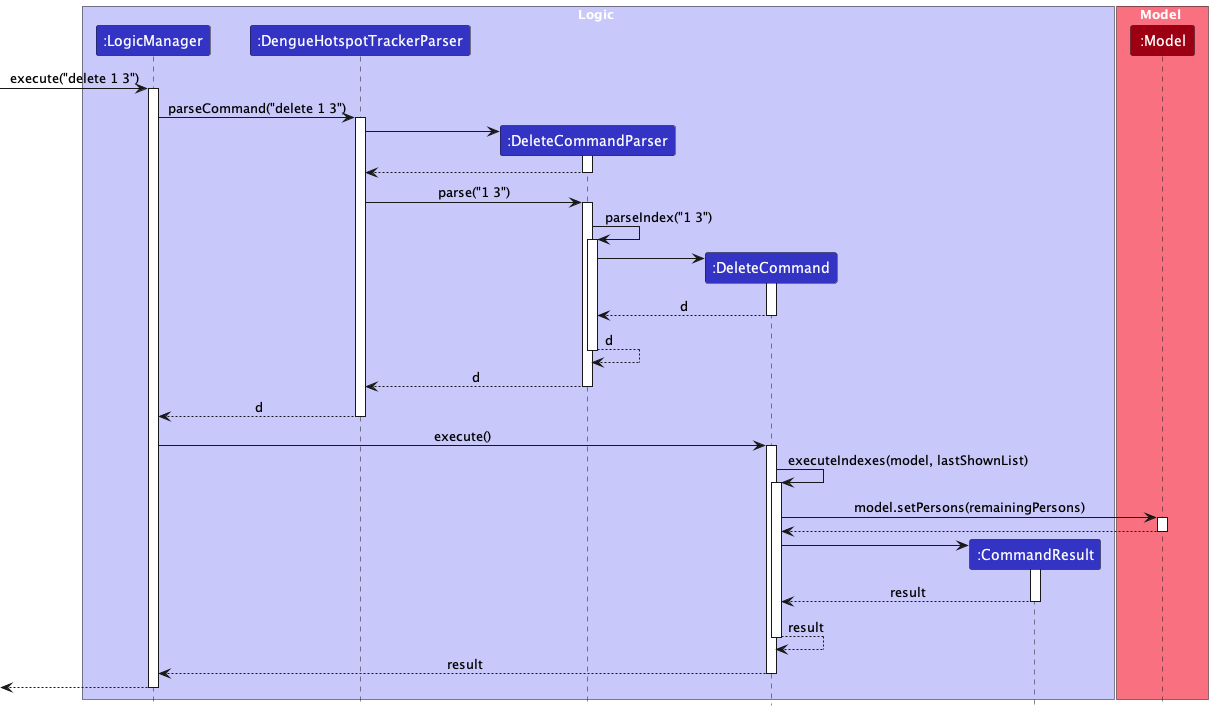
This is docs/images/DeleteMultiIndexSequenceDiagram.png from nus-cs2103-AY2223S2/tp, a PlantUML export, as it was before one commit.
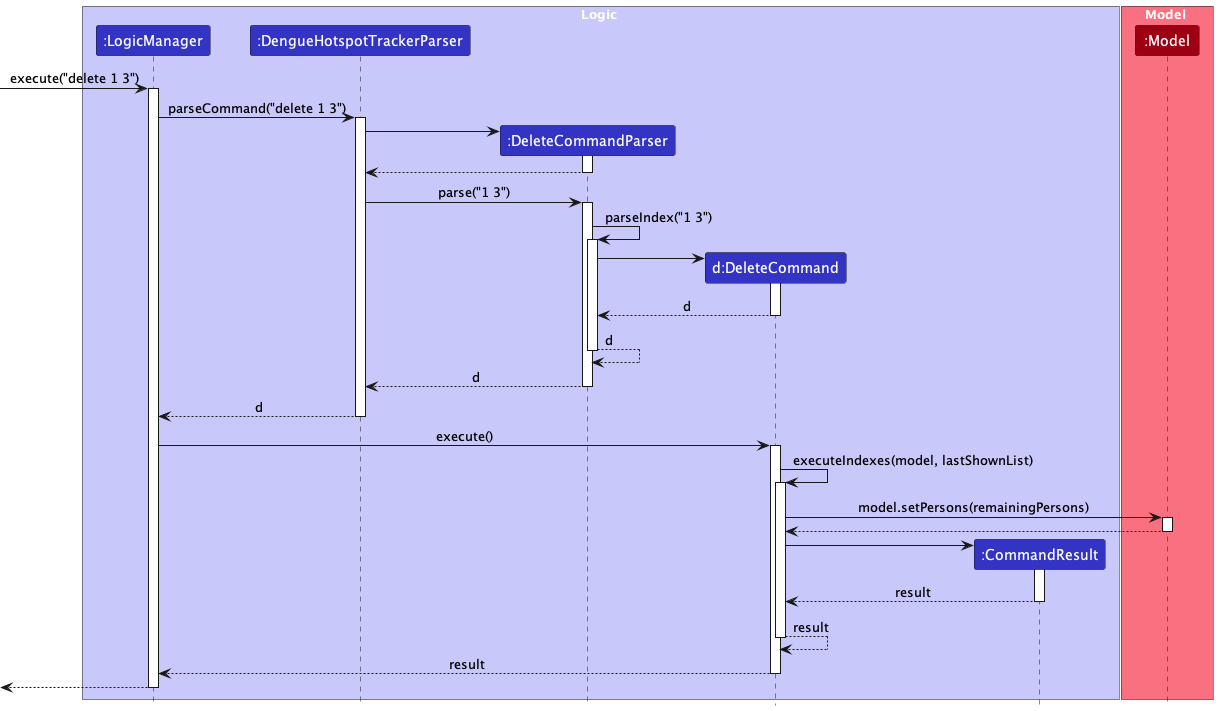
After the commit.

The edit, as a diff of the source:
```diff
@@ -6,7 +6,7 @@
 participant ":LogicManager" as LogicManager LOGIC_COLOR
 participant ":DengueHotspotTrackerParser" as DengueHotspotTrackerParser LOGIC_COLOR
 participant ":DeleteCommandParser" as DeleteCommandParser LOGIC_COLOR
-participant ":DeleteCommand" as DeleteCommand LOGIC_COLOR
+participant "d:DeleteCommand" as DeleteCommand LOGIC_COLOR
 participant ":CommandResult" as CommandResult LOGIC_COLOR
 end box
 
```
